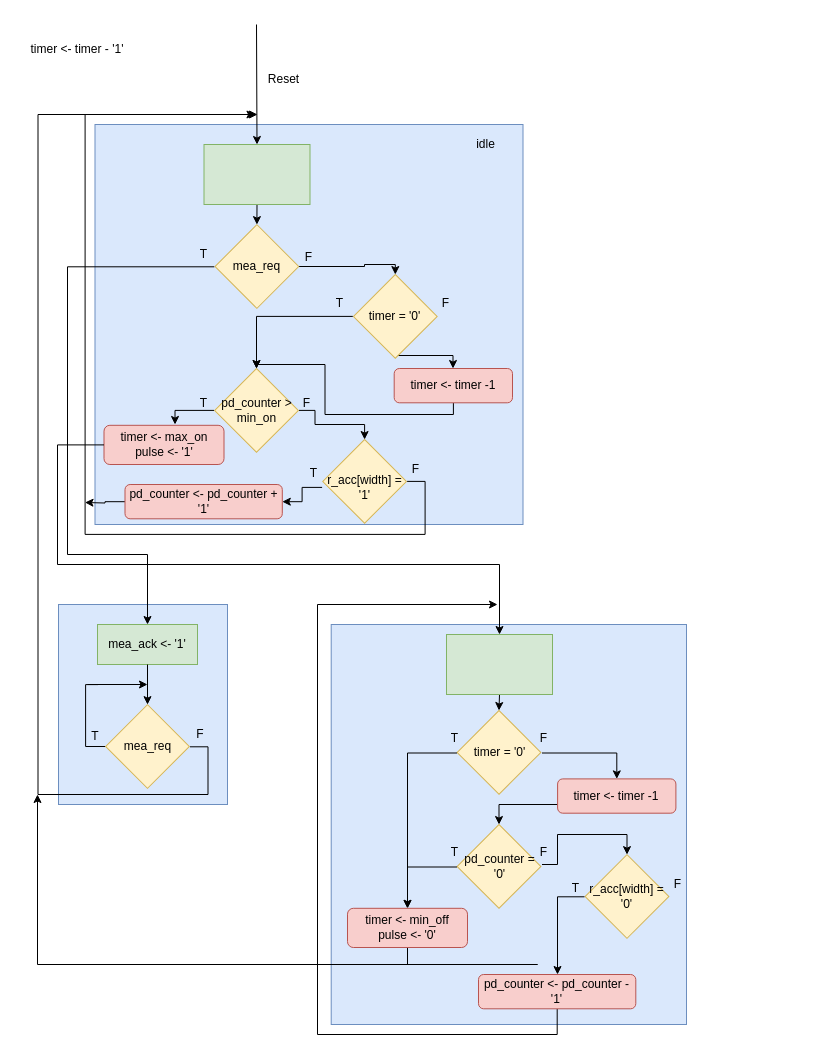
Earlier version of the draw.io diagram Oblig7/pdm_asmd.drawio (jrundht/IN3160). Source tidied: cells renumbered, new cells numbered last; positions are measured from the earlier drawing's top-left corner, leaving out a move shared by most shapes. Both pictures are drawn from the tidied source at 100%, with x=0, y=0 at pixel (17, 24).
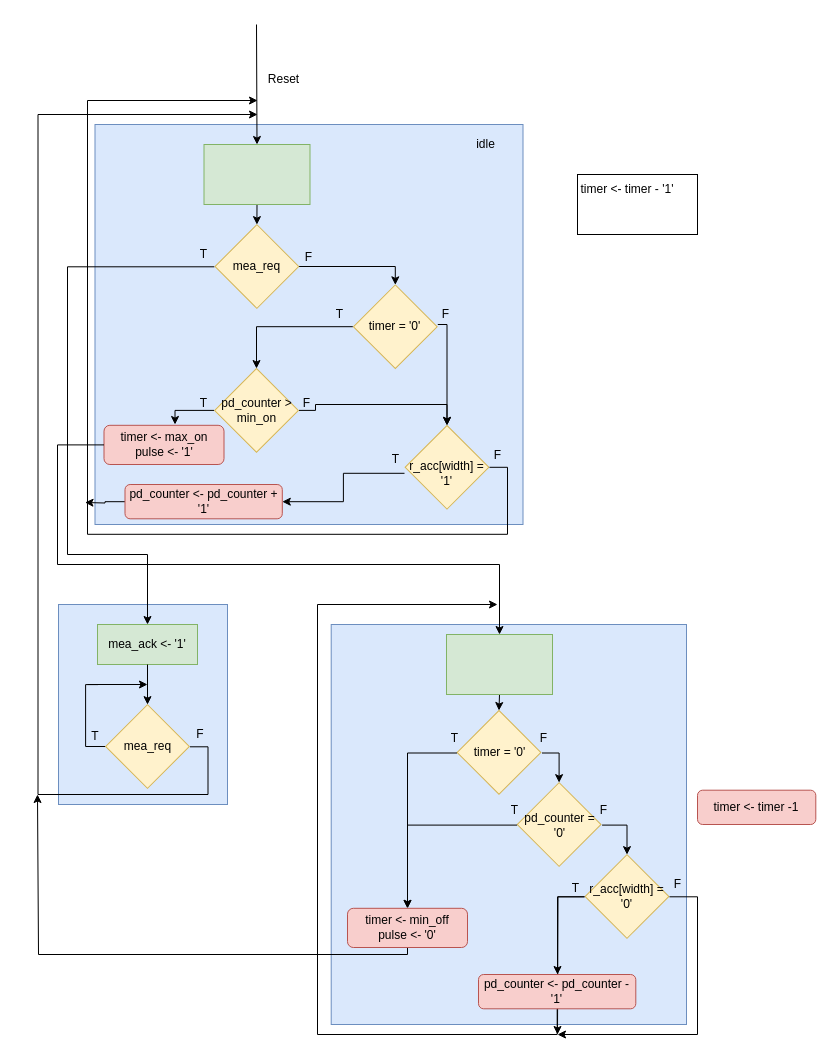
After the change.

Unchanged cells that the change refers to:
```xml
<mxCell id="11" style="whiteSpace=wrap;html=1;rounded=0;rotation=-45;fillColor=#fff2cc;strokeColor=#d6b656;" parent="10" vertex="1">
  <mxGeometry x="12.9" y="12.3" width="59.2" height="59.2" as="geometry" />
</mxCell>
<mxCell id="12" value="pd_counter &amp;gt; min_on" style="text;html=1;align=center;verticalAlign=middle;whiteSpace=wrap;rounded=0;" parent="10" vertex="1">
  <mxGeometry y="29" width="85" height="25.7" as="geometry" />
</mxCell>
<mxCell id="14" style="group;" parent="13" vertex="1">
  <mxGeometry x="17" width="85" height="84.4" as="geometry" />
</mxCell>
<mxCell id="15" style="whiteSpace=wrap;html=1;rounded=0;rotation=-45;fillColor=#fff2cc;strokeColor=#d6b656;" parent="14" vertex="1">
  <mxGeometry x="12.9" y="12.4" width="59.2" height="59.2" as="geometry" />
</mxCell>
<mxCell id="17" value="r_acc[width] = '1'" style="text;html=1;align=center;verticalAlign=middle;whiteSpace=wrap;rounded=0;" parent="14" vertex="1">
  <mxGeometry y="35.1" width="85" height="25.7" as="geometry" />
</mxCell>
<mxCell id="47" style="group;" parent="46" vertex="1">
  <mxGeometry x="17" width="85" height="84.4" as="geometry" />
</mxCell>
<mxCell id="48" style="whiteSpace=wrap;html=1;rounded=0;rotation=-45;fillColor=#fff2cc;strokeColor=#d6b656;" parent="47" vertex="1">
  <mxGeometry x="12.9" y="12.4" width="59.2" height="59.2" as="geometry" />
</mxCell>
<mxCell id="49" value="r_acc[width] = '0'" style="text;html=1;align=center;verticalAlign=middle;whiteSpace=wrap;rounded=0;" parent="47" vertex="1">
  <mxGeometry y="29.4" width="85" height="25.7" as="geometry" />
</mxCell>
<mxCell id="62" value="timer = '0'" style="text;html=1;align=center;verticalAlign=middle;whiteSpace=wrap;rounded=0;" parent="60" vertex="1">
  <mxGeometry y="29.6" width="85" height="25.7" as="geometry" />
</mxCell>
<mxCell id="67" style="whiteSpace=wrap;html=1;rounded=0;rotation=-45;fillColor=#fff2cc;strokeColor=#d6b656;" parent="66" vertex="1">
  <mxGeometry x="12.4" y="12.3" width="59.2" height="59.2" as="geometry" />
</mxCell>
<mxCell id="68" value="pd_counter = '0'" style="text;html=1;align=center;verticalAlign=middle;whiteSpace=wrap;rounded=0;" parent="66" vertex="1">
  <mxGeometry y="29.6" width="85" height="25.7" as="geometry" />
</mxCell>
<mxCell id="71" value="&lt;div&gt;timer &amp;lt;- min_off&lt;/div&gt;&lt;div&gt;pulse &amp;lt;- '0'&lt;br&gt;&lt;/div&gt;" style="rounded=1;whiteSpace=wrap;html=1;fillColor=#f8cecc;strokeColor=#b85450;perimeterSpacing=0;glass=0;" parent="1" vertex="1">
  <mxGeometry x="330" y="883.8" width="120" height="39.2" as="geometry" />
</mxCell>
<mxCell id="79" style="whiteSpace=wrap;html=1;rounded=0;rotation=-45;fillColor=#fff2cc;strokeColor=#d6b656;" parent="78" vertex="1">
  <mxGeometry x="12.9" y="12.4" width="59.2" height="59.2" as="geometry" />
</mxCell>
<mxCell id="84" style="whiteSpace=wrap;html=1;rounded=0;rotation=-45;fillColor=#fff2cc;strokeColor=#d6b656;" parent="83" vertex="1">
  <mxGeometry x="34.5" y="12.3" width="59.2" height="59.2" as="geometry" />
</mxCell>
<mxCell id="85" value="timer = '0'" style="text;html=1;align=center;verticalAlign=middle;whiteSpace=wrap;rounded=0;" parent="83" vertex="1">
  <mxGeometry x="21.6" y="29" width="85" height="25.7" as="geometry" />
</mxCell>
```

Change to the diagram source:
```diff
@@
+    <mxCell id="89" style="rounded=0;whiteSpace=wrap;html=1;" parent="1" vertex="1">
+      <mxGeometry x="560" y="150" width="120" height="60" as="geometry" />
+    </mxCell>
@@
     <mxCell id="8" value="timer &amp;lt;- timer - '1'" style="text;html=1;align=center;verticalAlign=middle;whiteSpace=wrap;rounded=0;" parent="1" vertex="1">
-      <mxGeometry y="10" width="120" height="30" as="geometry" />
+      <mxGeometry x="550" y="150" width="120" height="30" as="geometry" />
     </mxCell>
-    <mxCell id="9" style="edgeStyle=orthogonalEdgeStyle;rounded=0;jettySize=auto;html=1;" parent="1" edge="1" source="85" target="24">
+    <mxCell id="9" style="edgeStyle=orthogonalEdgeStyle;rounded=0;jettySize=auto;html=1;entryX=1;entryY=0;entryDx=0;entryDy=0;" parent="1" edge="1" source="85" target="15">
       <mxGeometry relative="1" as="geometry">
         <Array as="points">
-          <mxPoint x="435.5" y="331" />
+          <mxPoint x="430" y="300" />
         </Array>
       </mxGeometry>
     </mxCell>
@@
     <mxCell id="13" style="group;" parent="1" vertex="1">
-      <mxGeometry x="287.6" y="414.9" width="119.1" height="84.4" as="geometry" />
+      <mxGeometry x="370" y="400.8" width="119.1" height="84.4" as="geometry" />
     </mxCell>
@@
     <mxCell id="16" style="edgeStyle=orthogonalEdgeStyle;rounded=0;jettySize=auto;html=1;" parent="14" edge="1" source="17">
       <mxGeometry relative="1" as="geometry">
-        <mxPoint x="-67.1" y="-324.9" as="targetPoint" />
+        <mxPoint x="-147" y="-324.8" as="targetPoint" />
         <Array as="points">
           <mxPoint x="103" y="42" />
-          <mxPoint x="103" y="95" />
-          <mxPoint x="-237" y="95" />
-          <mxPoint x="-237" y="-325" />
-          <mxPoint x="-67" y="-325" />
+          <mxPoint x="103" y="109" />
+          <mxPoint x="-317" y="109" />
+          <mxPoint x="-317" y="-325" />
         </Array>
       </mxGeometry>
     </mxCell>
@@
-    <mxCell id="23" style="edgeStyle=orthogonalEdgeStyle;rounded=0;jettySize=auto;html=1;entryX=1;entryY=0;entryDx=0;entryDy=0;" parent="1" edge="1" source="24" target="11">
-      <mxGeometry relative="1" as="geometry">
-        <Array as="points">
-          <mxPoint x="435.5" y="390" />
-          <mxPoint x="307.5" y="390" />
-          <mxPoint x="307.5" y="340" />
-          <mxPoint x="239.5" y="340" />
-        </Array>
-      </mxGeometry>
-    </mxCell>
-    <mxCell id="24" value="timer &amp;lt;- timer -1" style="rounded=1;whiteSpace=wrap;html=1;fillColor=#f8cecc;strokeColor=#b85450;" parent="1" vertex="1">
-      <mxGeometry x="376.7" y="344" width="118.3" height="34.3" as="geometry" />
-    </mxCell>
     <mxCell id="25" style="edgeStyle=orthogonalEdgeStyle;rounded=0;jettySize=auto;html=1;entryX=1;entryY=0;entryDx=0;entryDy=0;" parent="1" edge="1" source="12" target="15">
       <mxGeometry relative="1" as="geometry">
         <Array as="points">
-          <mxPoint x="297.5" y="386" />
-          <mxPoint x="297.5" y="400" />
-          <mxPoint x="347.5" y="400" />
+          <mxPoint x="298" y="386" />
+          <mxPoint x="298" y="380" />
         </Array>
       </mxGeometry>
     </mxCell>
@@
-    <mxCell id="45" style="edgeStyle=orthogonalEdgeStyle;rounded=0;jettySize=auto;html=1;" parent="1" edge="1" source="62" target="56">
-      <mxGeometry relative="1" as="geometry" />
-    </mxCell>
@@
+    <mxCell id="90" style="edgeStyle=orthogonalEdgeStyle;rounded=0;jettySize=auto;html=1;" parent="47" edge="1" source="49">
+      <mxGeometry relative="1" as="geometry">
+        <mxPoint x="-27" y="180" as="targetPoint" />
+      </mxGeometry>
+    </mxCell>
+    <mxCell id="91" style="edgeStyle=orthogonalEdgeStyle;rounded=0;jettySize=auto;html=1;" parent="47" edge="1" source="49">
+      <mxGeometry relative="1" as="geometry">
+        <mxPoint x="-27" y="180" as="targetPoint" />
+        <Array as="points">
+          <mxPoint x="113" y="42" />
+          <mxPoint x="113" y="180" />
+        </Array>
+      </mxGeometry>
+    </mxCell>
@@
-    <mxCell id="55" style="edgeStyle=orthogonalEdgeStyle;rounded=0;jettySize=auto;html=1;entryX=1;entryY=0;entryDx=0;entryDy=0;" parent="1" edge="1" source="56" target="67">
-      <mxGeometry relative="1" as="geometry">
-        <Array as="points">
-          <mxPoint x="540" y="780" />
-          <mxPoint x="482" y="780" />
-        </Array>
-      </mxGeometry>
-    </mxCell>
     <mxCell id="56" value="timer &amp;lt;- timer -1" style="rounded=1;whiteSpace=wrap;html=1;fillColor=#f8cecc;strokeColor=#b85450;" parent="1" vertex="1">
-      <mxGeometry x="540.1" y="754.4" width="118.3" height="34.3" as="geometry" />
+      <mxGeometry x="680" y="765.7" width="118.3" height="34.3" as="geometry" />
     </mxCell>
@@
     <mxCell id="63" style="group;" parent="1" vertex="1">
-      <mxGeometry x="429" y="800" width="106" height="83.8" as="geometry" />
+      <mxGeometry x="489.1" y="758.1" width="106" height="83.8" as="geometry" />
     </mxCell>
@@
-    <mxCell id="69" style="edgeStyle=orthogonalEdgeStyle;rounded=0;jettySize=auto;html=1;entryX=1;entryY=0;entryDx=0;entryDy=0;" parent="1" edge="1" source="68" target="48">
-      <mxGeometry relative="1" as="geometry">
-        <Array as="points">
-          <mxPoint x="540" y="840" />
-          <mxPoint x="540" y="810" />
-          <mxPoint x="610" y="810" />
-        </Array>
-      </mxGeometry>
-    </mxCell>
-    <mxCell id="70" style="edgeStyle=orthogonalEdgeStyle;rounded=0;jettySize=auto;html=1;" parent="1" edge="1" source="71">
-      <mxGeometry relative="1" as="geometry">
-        <mxPoint x="20" y="770" as="targetPoint" />
-        <Array as="points">
-          <mxPoint x="520" y="940" />
-          <mxPoint x="21" y="940" />
-        </Array>
-      </mxGeometry>
-    </mxCell>
+    <mxCell id="92" style="edgeStyle=orthogonalEdgeStyle;rounded=0;jettySize=auto;html=1;" parent="1" edge="1" source="71">
+      <mxGeometry relative="1" as="geometry">
+        <mxPoint x="20" y="770" as="targetPoint" />
+        <Array as="points">
+          <mxPoint x="390" y="930" />
+          <mxPoint x="21" y="930" />
+        </Array>
+      </mxGeometry>
+    </mxCell>
@@
-    <mxCell id="72" style="edgeStyle=orthogonalEdgeStyle;rounded=0;jettySize=auto;html=1;entryX=0.5;entryY=0;entryDx=0;entryDy=0;" parent="1" edge="1" source="68" target="71">
-      <mxGeometry relative="1" as="geometry">
-        <Array as="points">
-          <mxPoint x="390" y="843" />
-        </Array>
-      </mxGeometry>
-    </mxCell>
@@
     <mxCell id="76" style="edgeStyle=orthogonalEdgeStyle;rounded=0;jettySize=auto;html=1;entryX=1;entryY=0;entryDx=0;entryDy=0;" parent="1" edge="1" source="79" target="84">
       <mxGeometry relative="1" as="geometry">
         <Array as="points">
-          <mxPoint x="347" y="242" />
-          <mxPoint x="347" y="240" />
-          <mxPoint x="378" y="240" />
+          <mxPoint x="378" y="242" />
         </Array>
       </mxGeometry>
     </mxCell>
@@
     <mxCell id="83" style="group;" parent="1" vertex="1">
-      <mxGeometry x="313.7" y="250" width="123.6" height="83.8" as="geometry" />
+      <mxGeometry x="313.7" y="260.3" width="123.6" height="83.8" as="geometry" />
     </mxCell>
@@
+    <mxCell id="93" style="edgeStyle=orthogonalEdgeStyle;rounded=0;jettySize=auto;html=1;entryX=1;entryY=0;entryDx=0;entryDy=0;" parent="1" edge="1" source="62" target="67">
+      <mxGeometry relative="1" as="geometry">
+        <Array as="points">
+          <mxPoint x="542" y="729" />
+        </Array>
+      </mxGeometry>
+    </mxCell>
+    <mxCell id="69" style="edgeStyle=orthogonalEdgeStyle;rounded=0;jettySize=auto;html=1;entryX=1;entryY=0;entryDx=0;entryDy=0;" parent="1" edge="1" source="68" target="48">
+      <mxGeometry relative="1" as="geometry">
+        <Array as="points">
+          <mxPoint x="610" y="801" />
+        </Array>
+      </mxGeometry>
+    </mxCell>
+    <mxCell id="72" style="edgeStyle=orthogonalEdgeStyle;rounded=0;jettySize=auto;html=1;entryX=0.5;entryY=0;entryDx=0;entryDy=0;" parent="1" edge="1" source="68" target="71">
+      <mxGeometry relative="1" as="geometry" />
+    </mxCell>
```
